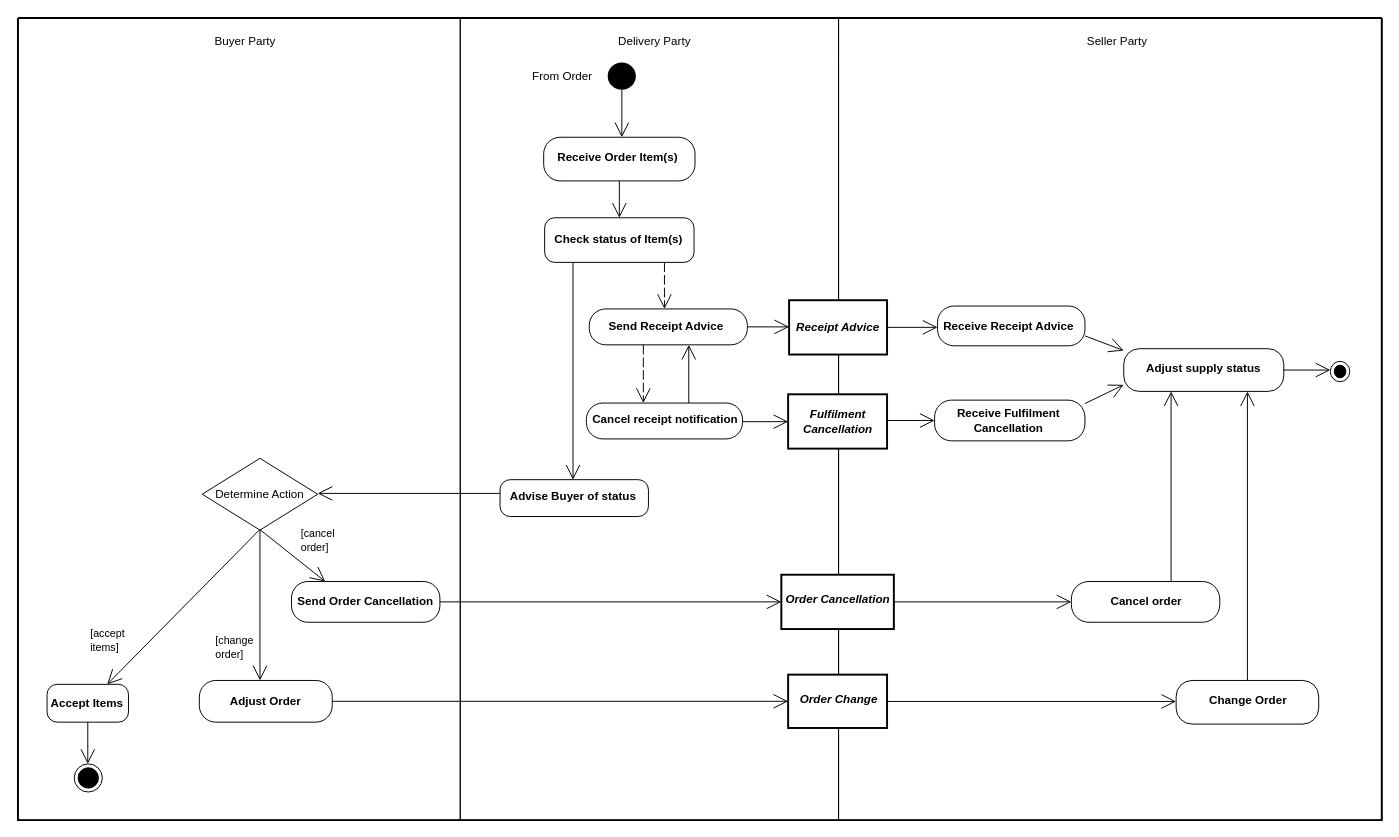
Earlier version of the draw.io diagram diagrams/UBL-2.2-FulfilmentReceiptAdviceProcess/UBL-2.2-FulfilmentReceiptAdviceProcess.drawio (kduvekot/ubl-work-on-svg-images). Source tidied: cells renumbered, new cells numbered last; positions are measured from the earlier drawing's top-left corner, leaving out a move shared by most shapes. Both pictures are drawn from the tidied source at 97%, with x=0, y=0 at pixel (17, 17).
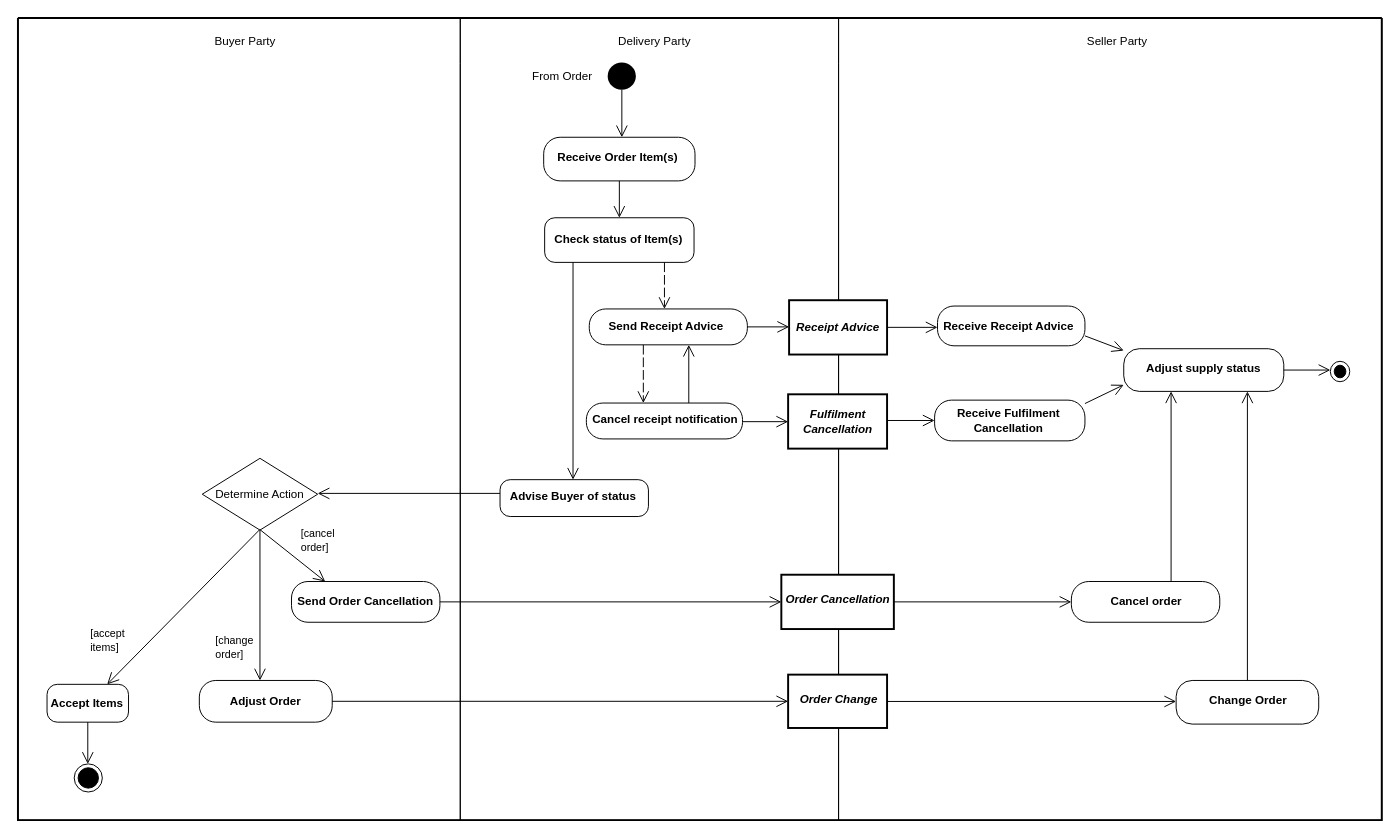
After the change.

Unchanged cells that the change refers to:
```xml
<mxCell id="2" style="swimlane;html=1;startSize=0;whiteSpace=wrap;fillColor=none;strokeWidth=2;" parent="1" vertex="1">
  <mxGeometry width="1406" height="827" as="geometry" />
</mxCell>
<mxCell id="3" value="Buyer Party" style="swimlane;horizontal=1;startSize=47;swimlaneLine=0;html=1;fillColor=none;fontStyle=0;spacing=0;spacingLeft=12;" parent="2" vertex="1">
  <mxGeometry width="456" height="827" as="geometry" />
</mxCell>
<mxCell id="4" value="Delivery Party" style="swimlane;horizontal=1;startSize=47;swimlaneLine=0;html=1;fillColor=none;fontStyle=0;spacing=0;spacingLeft=10;" parent="2" vertex="1">
  <mxGeometry x="456" width="390" height="827" as="geometry" />
</mxCell>
<mxCell id="5" value="Seller Party" style="swimlane;horizontal=1;startSize=47;swimlaneLine=0;html=1;fillColor=none;fontStyle=0;spacing=0;spacingLeft=14;" parent="2" vertex="1">
  <mxGeometry x="846" width="560" height="827" as="geometry" />
</mxCell>
<mxCell id="6" value="From Order" style="ellipse;shape=startState;fillColor=#000000;strokeColor=none;html=1;whiteSpace=nowrap;fontStyle=0;align=center;verticalAlign=middle;spacing=0;spacingRight=124;spacingBottom=1;" parent="4" vertex="1">
  <mxGeometry x="148" y="42" width="37" height="36" as="geometry" />
</mxCell>
<mxCell id="7" value="Receive Order Item(s)" style="rounded=1;absoluteArcSize=1;arcSize=34;html=1;whiteSpace=nowrap;fontStyle=1;align=center;verticalAlign=middle;spacing=0;spacingRight=4;spacingBottom=4;" parent="4" vertex="1">
  <mxGeometry x="86" y="123" width="156" height="45" as="geometry" />
</mxCell>
<mxCell id="8" value="Check status of Item(s)" style="rounded=1;absoluteArcSize=1;arcSize=21;html=1;whiteSpace=nowrap;fontStyle=1;align=center;verticalAlign=middle;spacing=0;spacingRight=2;spacingBottom=3;" parent="4" vertex="1">
  <mxGeometry x="87" y="206" width="154" height="46" as="geometry" />
</mxCell>
<mxCell id="9" value="Receipt Advice" style="rounded=0;html=1;whiteSpace=nowrap;fontStyle=3;align=center;verticalAlign=middle;spacing=0;spacingRight=2;spacingBottom=1;strokeWidth=2;" parent="5" vertex="1">
  <mxGeometry x="-51" y="291" width="101" height="56" as="geometry" />
</mxCell>
<mxCell id="10" value="Receive Receipt Advice" style="rounded=1;absoluteArcSize=1;arcSize=34;html=1;whiteSpace=nowrap;fontStyle=1;align=center;verticalAlign=middle;spacing=0;spacingRight=7;spacingTop=1;" parent="5" vertex="1">
  <mxGeometry x="102" y="297" width="152" height="41" as="geometry" />
</mxCell>
<mxCell id="11" value="Send Receipt Advice" style="rounded=1;absoluteArcSize=1;arcSize=34;html=1;whiteSpace=nowrap;fontStyle=1;align=center;verticalAlign=middle;spacing=0;spacingRight=5;spacingBottom=2;points=[[0,0],[0.25,0],[0.5,0],[0.75,0],[1,0],[0,0.25],[0,0.5],[0,0.75],[1,0.25],[1,0.5],[1,0.75],[0,1],[0.25,1],[0.5,1],[0.75,1],[1,1],[0.6294,1]];" parent="4" vertex="1">
  <mxGeometry x="133" y="300" width="163" height="37" as="geometry" />
</mxCell>
<mxCell id="12" value="Adjust supply status" style="rounded=1;absoluteArcSize=1;arcSize=32;html=1;whiteSpace=nowrap;fontStyle=1;align=center;verticalAlign=middle;spacing=0;spacingRight=1;spacingBottom=3;" parent="5" vertex="1">
  <mxGeometry x="294" y="341" width="165" height="44" as="geometry" />
</mxCell>
<mxCell id="13" style="ellipse;shape=endState;fillColor=#000000;html=1;" parent="5" vertex="1">
  <mxGeometry x="507" y="354" width="20" height="21" as="geometry" />
</mxCell>
<mxCell id="14" value="Fulfilment&lt;br&gt;Cancellation" style="rounded=0;html=1;whiteSpace=nowrap;fontStyle=3;align=center;verticalAlign=middle;spacing=0;spacingRight=1;spacingBottom=1;strokeWidth=2;" parent="5" vertex="1">
  <mxGeometry x="-52" y="388" width="102" height="56" as="geometry" />
</mxCell>
<mxCell id="15" value="Receive Fulfilment&lt;br&gt;Cancellation" style="rounded=1;absoluteArcSize=1;arcSize=35;html=1;whiteSpace=nowrap;fontStyle=1;align=center;verticalAlign=middle;spacing=0;spacingRight=4;" parent="5" vertex="1">
  <mxGeometry x="99" y="394" width="155" height="42" as="geometry" />
</mxCell>
<mxCell id="16" value="Cancel receipt notification" style="rounded=1;absoluteArcSize=1;arcSize=34;html=1;whiteSpace=nowrap;fontStyle=1;align=center;verticalAlign=middle;spacing=0;spacingLeft=1;spacingBottom=3;" parent="4" vertex="1">
  <mxGeometry x="130" y="397" width="161" height="37" as="geometry" />
</mxCell>
<mxCell id="17" value="Determine Action" style="rhombus;html=1;whiteSpace=nowrap;fontStyle=0;align=center;verticalAlign=middle;spacing=0;spacingRight=1;spacingBottom=1;" parent="3" vertex="1">
  <mxGeometry x="190" y="454" width="119" height="74" as="geometry" />
</mxCell>
<mxCell id="18" value="Advise Buyer of status" style="rounded=1;absoluteArcSize=1;arcSize=21;html=1;whiteSpace=nowrap;fontStyle=1;align=center;verticalAlign=middle;spacing=0;spacingRight=3;spacingBottom=4;" parent="4" vertex="1">
  <mxGeometry x="41" y="476" width="153" height="38" as="geometry" />
</mxCell>
<mxCell id="19" value="Order Cancellation" style="rounded=0;html=1;whiteSpace=nowrap;fontStyle=3;align=center;verticalAlign=middle;spacing=0;spacingRight=1;spacingBottom=4;strokeWidth=2;" parent="5" vertex="1">
  <mxGeometry x="-59" y="574" width="116" height="56" as="geometry" />
</mxCell>
<mxCell id="20" value="Send Order Cancellation" style="rounded=1;absoluteArcSize=1;arcSize=34;html=1;whiteSpace=nowrap;fontStyle=1;align=center;verticalAlign=middle;spacing=0;spacingRight=1;spacingBottom=1;" parent="3" vertex="1">
  <mxGeometry x="282" y="581" width="153" height="42" as="geometry" />
</mxCell>
<mxCell id="21" value="Cancel order" style="rounded=1;absoluteArcSize=1;arcSize=36;html=1;whiteSpace=nowrap;fontStyle=1;align=center;verticalAlign=middle;spacing=0;spacingBottom=1;" parent="5" vertex="1">
  <mxGeometry x="240" y="581" width="153" height="42" as="geometry" />
</mxCell>
<mxCell id="22" value="Order Change" style="rounded=0;html=1;whiteSpace=nowrap;fontStyle=3;align=center;verticalAlign=middle;spacing=0;spacingLeft=1;spacingBottom=3;strokeWidth=2;" parent="5" vertex="1">
  <mxGeometry x="-52" y="677" width="102" height="55" as="geometry" />
</mxCell>
<mxCell id="23" value="Adjust Order" style="rounded=1;absoluteArcSize=1;arcSize=34;html=1;whiteSpace=nowrap;fontStyle=1;align=center;verticalAlign=middle;spacing=0;spacingRight=1;" parent="3" vertex="1">
  <mxGeometry x="187" y="683" width="137" height="43" as="geometry" />
</mxCell>
<mxCell id="24" value="Change Order" style="rounded=1;absoluteArcSize=1;arcSize=33;html=1;whiteSpace=nowrap;fontStyle=1;align=center;verticalAlign=middle;spacing=0;spacingBottom=4;" parent="5" vertex="1">
  <mxGeometry x="348" y="683" width="147" height="45" as="geometry" />
</mxCell>
<mxCell id="25" value="Accept Items" style="rounded=1;absoluteArcSize=1;arcSize=21;html=1;whiteSpace=nowrap;fontStyle=1;align=center;verticalAlign=middle;spacing=0;spacingRight=2;" parent="3" vertex="1">
  <mxGeometry x="30" y="687" width="84" height="39" as="geometry" />
</mxCell>
<mxCell id="26" style="ellipse;shape=endState;fillColor=#000000;html=1;" parent="3" vertex="1">
  <mxGeometry x="58" y="769" width="29" height="29" as="geometry" />
</mxCell>
```

What changed in the source:
```diff
@@
-    <mxCell id="27" style="edgeStyle=none;rounded=0;html=1;endArrow=open;endFill=0;endSize=13;exitPerimeter=0;entryX=0.5166;entryY=0;entryPerimeter=0;exitX=0.502422;exitY=0.8913;" parent="4" edge="1" source="6" target="7">
+    <mxCell id="27" style="edgeStyle=none;rounded=0;html=1;endArrow=open;endFill=0;endSize=10;exitPerimeter=0;entryX=0.5166;entryY=0;entryPerimeter=0;exitX=0.502422;exitY=0.8913;" parent="4" edge="1" source="6" target="7">
       <mxGeometry relative="1" as="geometry" />
     </mxCell>
-    <mxCell id="28" style="edgeStyle=none;rounded=0;html=1;endArrow=open;endFill=0;endSize=13;exitX=0.5;exitY=1;exitPerimeter=0;entryX=0.5;entryY=0;entryPerimeter=0;" parent="4" edge="1" source="7" target="8">
+    <mxCell id="28" style="edgeStyle=none;rounded=0;html=1;endArrow=open;endFill=0;endSize=10;exitX=0.5;exitY=1;exitPerimeter=0;entryX=0.5;entryY=0;entryPerimeter=0;" parent="4" edge="1" source="7" target="8">
       <mxGeometry relative="1" as="geometry" />
     </mxCell>
-    <mxCell id="29" style="edgeStyle=none;rounded=0;html=1;endArrow=open;endFill=0;endSize=13;exitPerimeter=0;entryX=0.4918;entryY=0;entryPerimeter=0;exitX=0.189905;exitY=1;" parent="4" edge="1" source="8" target="18">
+    <mxCell id="29" style="edgeStyle=none;rounded=0;html=1;endArrow=open;endFill=0;endSize=10;exitPerimeter=0;entryX=0.4918;entryY=0;entryPerimeter=0;exitX=0.189905;exitY=1;" parent="4" edge="1" source="8" target="18">
       <mxGeometry relative="1" as="geometry" />
     </mxCell>
-    <mxCell id="30" style="edgeStyle=none;rounded=0;html=1;endArrow=open;endFill=0;endSize=13;exitPerimeter=0;entryX=0.4755;entryY=0;entryPerimeter=0;dashed=1;dashPattern=10 3;noJump=1;exitX=0.80199;exitY=1;" parent="4" edge="1" source="8" target="11">
+    <mxCell id="30" style="edgeStyle=none;rounded=0;html=1;endArrow=open;endFill=0;endSize=10;exitPerimeter=0;entryX=0.4755;entryY=0;entryPerimeter=0;dashed=1;dashPattern=10 3;noJump=1;exitX=0.80199;exitY=1;" parent="4" edge="1" source="8" target="11">
       <mxGeometry relative="1" as="geometry" />
     </mxCell>
-    <mxCell id="31" style="edgeStyle=none;rounded=0;html=1;endArrow=open;endFill=0;endSize=13;exitX=1;exitY=0.5;exitPerimeter=0;entryPerimeter=0;entryX=0;entryY=0.491071;" parent="2" edge="1" source="11" target="9">
+    <mxCell id="31" style="edgeStyle=none;rounded=0;html=1;endArrow=open;endFill=0;endSize=10;exitX=1;exitY=0.5;exitPerimeter=0;entryPerimeter=0;entryX=0;entryY=0.491071;" parent="2" edge="1" source="11" target="9">
       <mxGeometry relative="1" as="geometry" />
     </mxCell>
-    <mxCell id="32" style="edgeStyle=none;rounded=0;html=1;endArrow=open;endFill=0;endSize=13;exitPerimeter=0;entryX=0;entryY=0.536;entryPerimeter=0;exitX=1;exitY=0.499571;" parent="5" edge="1" source="9" target="10">
+    <mxCell id="32" style="edgeStyle=none;rounded=0;html=1;endArrow=open;endFill=0;endSize=10;exitPerimeter=0;entryX=0;entryY=0.536;entryPerimeter=0;exitX=1;exitY=0.499571;" parent="5" edge="1" source="9" target="10">
       <mxGeometry relative="1" as="geometry" />
     </mxCell>
-    <mxCell id="33" style="edgeStyle=none;rounded=0;html=1;endArrow=open;endFill=0;endSize=13;exitX=1;exitY=0.75;exitPerimeter=0;entryX=0;entryY=0.0436;entryPerimeter=0;" parent="5" edge="1" source="10" target="12">
+    <mxCell id="33" style="edgeStyle=none;rounded=0;html=1;endArrow=open;endFill=0;endSize=10;exitX=1;exitY=0.75;exitPerimeter=0;entryX=0;entryY=0.0436;entryPerimeter=0;" parent="5" edge="1" source="10" target="12">
       <mxGeometry relative="1" as="geometry" />
     </mxCell>
-    <mxCell id="34" style="edgeStyle=none;rounded=0;html=1;endArrow=open;endFill=0;endSize=13;exitPerimeter=0;entryX=0.3648;entryY=0;entryPerimeter=0;dashed=1;dashPattern=10 3;noJump=1;exitX=0.341919;exitY=1;" parent="4" edge="1" source="11" target="16">
+    <mxCell id="34" style="edgeStyle=none;rounded=0;html=1;endArrow=open;endFill=0;endSize=10;exitPerimeter=0;entryX=0.3648;entryY=0;entryPerimeter=0;dashed=1;dashPattern=10 3;noJump=1;exitX=0.341919;exitY=1;" parent="4" edge="1" source="11" target="16">
       <mxGeometry relative="1" as="geometry" />
     </mxCell>
-    <mxCell id="35" style="edgeStyle=none;rounded=0;html=1;endArrow=open;endFill=0;endSize=13;exitPerimeter=0;entryY=1;entryPerimeter=0;entryX=0.6294;exitX=0.655852;exitY=0;" parent="4" edge="1" source="16" target="11">
+    <mxCell id="35" style="edgeStyle=none;rounded=0;html=1;endArrow=open;endFill=0;endSize=10;exitPerimeter=0;entryY=1;entryPerimeter=0;entryX=0.6294;exitX=0.655852;exitY=0;" parent="4" edge="1" source="16" target="11">
       <mxGeometry relative="1" as="geometry" />
     </mxCell>
-    <mxCell id="36" style="edgeStyle=none;rounded=0;html=1;endArrow=open;endFill=0;endSize=13;exitX=1;exitY=0.5;exitPerimeter=0;entryPerimeter=0;entryX=0;entryY=0.428571;" parent="5" edge="1" source="12" target="13">
+    <mxCell id="36" style="edgeStyle=none;rounded=0;html=1;endArrow=open;endFill=0;endSize=10;exitX=1;exitY=0.5;exitPerimeter=0;entryPerimeter=0;entryX=0;entryY=0.428571;" parent="5" edge="1" source="12" target="13">
       <mxGeometry relative="1" as="geometry" />
     </mxCell>
-    <mxCell id="37" style="edgeStyle=none;rounded=0;html=1;endArrow=open;endFill=0;endSize=13;exitX=1;exitY=0.0841;exitPerimeter=0;entryX=0;entryY=0.8463;entryPerimeter=0;" parent="5" edge="1" source="15" target="12">
+    <mxCell id="37" style="edgeStyle=none;rounded=0;html=1;endArrow=open;endFill=0;endSize=10;exitX=1;exitY=0.0841;exitPerimeter=0;entryX=0;entryY=0.8463;entryPerimeter=0;" parent="5" edge="1" source="15" target="12">
       <mxGeometry relative="1" as="geometry" />
     </mxCell>
-    <mxCell id="38" style="edgeStyle=none;rounded=0;html=1;endArrow=open;endFill=0;endSize=13;exitPerimeter=0;entryX=0.2958;entryY=1;entryPerimeter=0;exitX=0.671941;exitY=0;" parent="5" edge="1" source="21" target="12">
+    <mxCell id="38" style="edgeStyle=none;rounded=0;html=1;endArrow=open;endFill=0;endSize=10;exitPerimeter=0;entryX=0.2958;entryY=1;entryPerimeter=0;exitX=0.671941;exitY=0;" parent="5" edge="1" source="21" target="12">
       <mxGeometry relative="1" as="geometry" />
     </mxCell>
-    <mxCell id="39" style="edgeStyle=none;rounded=0;html=1;endArrow=open;endFill=0;endSize=13;exitX=0.5;exitY=0;exitPerimeter=0;entryPerimeter=0;entryX=0.772727;entryY=1;" parent="5" edge="1" source="24" target="12">
+    <mxCell id="39" style="edgeStyle=none;rounded=0;html=1;endArrow=open;endFill=0;endSize=10;exitX=0.5;exitY=0;exitPerimeter=0;entryPerimeter=0;entryX=0.772727;entryY=1;" parent="5" edge="1" source="24" target="12">
       <mxGeometry relative="1" as="geometry" />
     </mxCell>
-    <mxCell id="40" style="edgeStyle=none;rounded=0;html=1;endArrow=open;endFill=0;endSize=13;exitPerimeter=0;entryX=0;entryY=0.5035;entryPerimeter=0;exitX=1;exitY=0.518811;" parent="2" edge="1" source="16" target="14">
+    <mxCell id="40" style="edgeStyle=none;rounded=0;html=1;endArrow=open;endFill=0;endSize=10;exitPerimeter=0;entryX=0;entryY=0.5035;entryPerimeter=0;exitX=1;exitY=0.518811;" parent="2" edge="1" source="16" target="14">
       <mxGeometry relative="1" as="geometry" />
     </mxCell>
-    <mxCell id="41" style="edgeStyle=none;rounded=0;html=1;endArrow=open;endFill=0;endSize=13;exitPerimeter=0;entryX=0;entryY=0.5;entryPerimeter=0;exitX=1;exitY=0.482143;" parent="5" edge="1" source="14" target="15">
+    <mxCell id="41" style="edgeStyle=none;rounded=0;html=1;endArrow=open;endFill=0;endSize=10;exitPerimeter=0;entryX=0;entryY=0.5;entryPerimeter=0;exitX=1;exitY=0.482143;" parent="5" edge="1" source="14" target="15">
       <mxGeometry relative="1" as="geometry" />
     </mxCell>
-    <mxCell id="42" style="edgeStyle=none;rounded=0;html=1;endArrow=open;endFill=0;endSize=13;exitPerimeter=0;entryX=1;entryY=0.4886;entryPerimeter=0;exitX=0;exitY=0.372537;" parent="2" edge="1" source="18" target="17">
+    <mxCell id="42" style="edgeStyle=none;rounded=0;html=1;endArrow=open;endFill=0;endSize=10;exitPerimeter=0;entryX=1;entryY=0.4886;entryPerimeter=0;exitX=0;exitY=0.372537;" parent="2" edge="1" source="18" target="17">
       <mxGeometry relative="1" as="geometry" />
     </mxCell>
-    <mxCell id="43" value="[accept&lt;br&gt;items]" style="edgeStyle=none;rounded=0;html=1;endArrow=open;endFill=0;endSize=13;exitX=0.4987;exitY=0.9919;exitPerimeter=0;entryX=0.738095;entryY=0;entryPerimeter=0;fontStyle=0;align=left;verticalAlign=middle;labelBackgroundColor=none;" parent="3" edge="1" source="17" target="25">
+    <mxCell id="43" value="[accept&lt;br&gt;items]" style="edgeStyle=none;rounded=0;html=1;endArrow=open;endFill=0;endSize=10;exitX=0.4987;exitY=0.9919;exitPerimeter=0;entryX=0.738095;entryY=0;entryPerimeter=0;fontStyle=0;align=left;verticalAlign=middle;labelBackgroundColor=none;" parent="3" edge="1" source="17" target="25">
       <mxGeometry x="0.86" relative="1" as="geometry">
         <mxPoint x="-30" y="-34" as="offset" />
       </mxGeometry>
     </mxCell>
-    <mxCell id="44" value="[change&lt;br&gt;order]" style="edgeStyle=none;rounded=0;html=1;endArrow=open;endFill=0;endSize=13;exitX=0.5;exitY=1;exitPerimeter=0;entryPerimeter=0;fontStyle=0;align=left;verticalAlign=middle;labelBackgroundColor=none;entryX=0.456204;entryY=0;" parent="3" edge="1" source="17" target="23">
+    <mxCell id="44" value="[change&lt;br&gt;order]" style="edgeStyle=none;rounded=0;html=1;endArrow=open;endFill=0;endSize=10;exitX=0.5;exitY=1;exitPerimeter=0;entryPerimeter=0;fontStyle=0;align=left;verticalAlign=middle;labelBackgroundColor=none;entryX=0.456204;entryY=0;" parent="3" edge="1" source="17" target="23">
       <mxGeometry x="0.56" relative="1" as="geometry">
         <mxPoint x="-47" as="offset" />
       </mxGeometry>
     </mxCell>
-    <mxCell id="45" value="[cancel&lt;br&gt;order]" style="edgeStyle=none;rounded=0;html=1;endArrow=open;endFill=0;endSize=13;exitX=0.4987;exitY=0.9919;exitPerimeter=0;entryX=0.2272;entryY=0;entryPerimeter=0;fontStyle=0;align=left;verticalAlign=middle;labelBackgroundColor=none;" parent="3" edge="1" source="17" target="20">
+    <mxCell id="45" value="[cancel&lt;br&gt;order]" style="edgeStyle=none;rounded=0;html=1;endArrow=open;endFill=0;endSize=10;exitX=0.4987;exitY=0.9919;exitPerimeter=0;entryX=0.2272;entryY=0;entryPerimeter=0;fontStyle=0;align=left;verticalAlign=middle;labelBackgroundColor=none;" parent="3" edge="1" source="17" target="20">
       <mxGeometry x="-0.03" relative="1" as="geometry">
         <mxPoint x="8" y="-15" as="offset" />
       </mxGeometry>
     </mxCell>
-    <mxCell id="46" style="edgeStyle=none;rounded=0;html=1;endArrow=open;endFill=0;endSize=13;exitX=1;exitY=0.5;exitPerimeter=0;entryX=0;entryY=0.5;entryPerimeter=0;" parent="2" edge="1" source="20" target="19">
+    <mxCell id="46" style="edgeStyle=none;rounded=0;html=1;endArrow=open;endFill=0;endSize=10;exitX=1;exitY=0.5;exitPerimeter=0;entryX=0;entryY=0.5;entryPerimeter=0;" parent="2" edge="1" source="20" target="19">
       <mxGeometry relative="1" as="geometry" />
     </mxCell>
-    <mxCell id="47" style="edgeStyle=none;rounded=0;html=1;endArrow=open;endFill=0;endSize=13;exitX=1;exitY=0.5;exitPerimeter=0;entryX=0;entryY=0.5;entryPerimeter=0;" parent="5" edge="1" source="19" target="21">
+    <mxCell id="47" style="edgeStyle=none;rounded=0;html=1;endArrow=open;endFill=0;endSize=10;exitX=1;exitY=0.5;exitPerimeter=0;entryX=0;entryY=0.5;entryPerimeter=0;" parent="5" edge="1" source="19" target="21">
       <mxGeometry relative="1" as="geometry" />
     </mxCell>
-    <mxCell id="48" style="edgeStyle=none;rounded=0;html=1;endArrow=open;endFill=0;endSize=13;exitX=1;exitY=0.5;exitPerimeter=0;entryX=0;entryY=0.5;entryPerimeter=0;" parent="2" edge="1" source="23" target="22">
+    <mxCell id="48" style="edgeStyle=none;rounded=0;html=1;endArrow=open;endFill=0;endSize=10;exitX=1;exitY=0.5;exitPerimeter=0;entryX=0;entryY=0.5;entryPerimeter=0;" parent="2" edge="1" source="23" target="22">
       <mxGeometry relative="1" as="geometry" />
     </mxCell>
-    <mxCell id="49" style="edgeStyle=none;rounded=0;html=1;endArrow=open;endFill=0;endSize=13;exitPerimeter=0;entryX=0;entryY=0.4811;entryPerimeter=0;exitX=1;exitY=0.502718;" parent="5" edge="1" source="22" target="24">
+    <mxCell id="49" style="edgeStyle=none;rounded=0;html=1;endArrow=open;endFill=0;endSize=10;exitPerimeter=0;entryX=0;entryY=0.4811;entryPerimeter=0;exitX=1;exitY=0.502718;" parent="5" edge="1" source="22" target="24">
       <mxGeometry relative="1" as="geometry" />
     </mxCell>
-    <mxCell id="50" style="edgeStyle=none;rounded=0;html=1;endArrow=open;endFill=0;endSize=13;exitX=0.5;exitY=1;exitPerimeter=0;entryPerimeter=0;entryX=0.482759;entryY=0;" parent="3" edge="1" source="25" target="26">
+    <mxCell id="50" style="edgeStyle=none;rounded=0;html=1;endArrow=open;endFill=0;endSize=10;exitX=0.5;exitY=1;exitPerimeter=0;entryPerimeter=0;entryX=0.482759;entryY=0;" parent="3" edge="1" source="25" target="26">
       <mxGeometry relative="1" as="geometry" />
     </mxCell>
```
